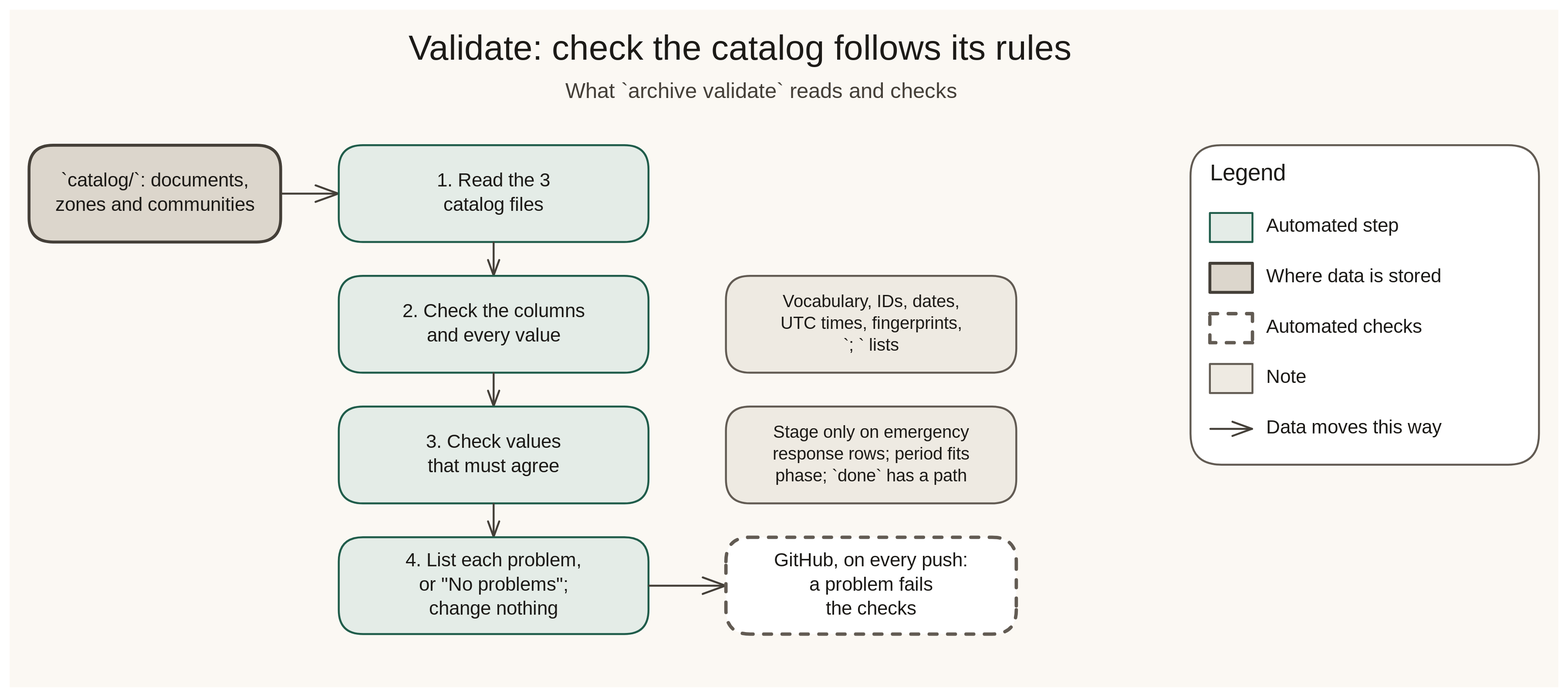
Earlier version of the Excalidraw export docs/diagrams/svgs/archive-validate.excalidraw.svg (alemarieceria/jbphh-dw-archive-pipeline). Source tidied: one line per element, renumbered; positions are measured from the earlier drawing's top-left corner, leaving out a move shared by most shapes.
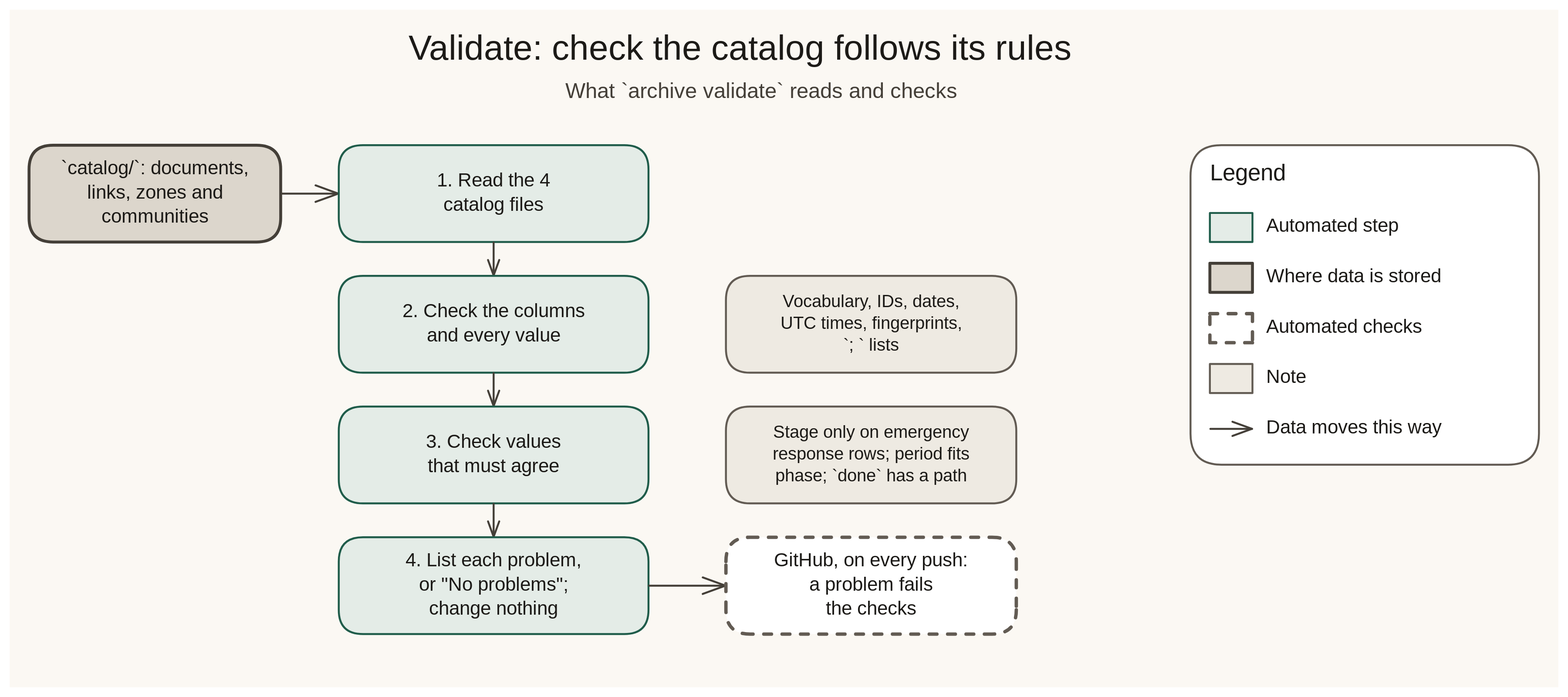
After the commit.

Commit message:
feat(catalog): add document_links.csv and its validate rules

The edit, as a diff of the source:
```diff
@@ -26,8 +26,8 @@
 {"id": 25, "type": "rectangle", "strokeColor": "#1f5c4a", "backgroundColor": "#e4ece7", "fillStyle": "solid", "strokeWidth": 2, "roughness": 0, "round": true, "x": 340, "y": 545, "width": 320, "height": 100}
 {"id": 26, "type": "arrow", "strokeColor": "#443f38", "strokeWidth": 2, "roughness": 0, "endArrowhead": "arrow", "x": 660, "y": 595, "width": 79, "height": 0, "points": [[0, 0], [79, 0]]}
 {"id": 27, "type": "rectangle", "strokeColor": "#625b53", "backgroundColor": "#ffffff", "fillStyle": "solid", "strokeWidth": 3, "strokeStyle": "dashed", "roughness": 0, "round": true, "x": 740, "y": 545, "width": 300, "height": 100}
-{"id": 28, "type": "text", "text": "`catalog/`: documents,\nzones and communities", "strokeColor": "#1c1a17", "strokeWidth": 2, "roughness": 1, "fontSize": 20, "fontFamily": 5, "textAlign": "center", "verticalAlign": "middle", "inside": 15, "x": 46, "y": 165, "width": 209, "height": 50}
-{"id": 29, "type": "text", "text": "1. Read the 3\ncatalog files", "strokeColor": "#1c1a17", "strokeWidth": 2, "roughness": 1, "fontSize": 20, "fontFamily": 5, "textAlign": "center", "verticalAlign": "middle", "inside": 17, "x": 443, "y": 165, "width": 115, "height": 50}
+{"id": 36, "type": "text", "text": "`catalog/`: documents,\nlinks, zones and\ncommunities", "strokeColor": "#1c1a17", "strokeWidth": 2, "roughness": 1, "fontSize": 20, "fontFamily": 5, "textAlign": "center", "verticalAlign": "middle", "inside": 15, "x": 52, "y": 152, "width": 196, "height": 75}
+{"id": 37, "type": "text", "text": "1. Read the 4\ncatalog files", "strokeColor": "#1c1a17", "strokeWidth": 2, "roughness": 1, "fontSize": 20, "fontFamily": 5, "textAlign": "center", "verticalAlign": "middle", "inside": 17, "x": 443, "y": 165, "width": 115, "height": 50}
 {"id": 30, "type": "text", "text": "2. Check the columns\nand every value", "strokeColor": "#1c1a17", "strokeWidth": 2, "roughness": 1, "fontSize": 20, "fontFamily": 5, "textAlign": "center", "verticalAlign": "middle", "inside": 19, "x": 406, "y": 300, "width": 188, "height": 50}
 {"id": 31, "type": "text", "text": "Vocabulary, IDs, dates,\nUTC times, fingerprints,\n`; ` lists", "strokeColor": "#1c1a17", "strokeWidth": 2, "roughness": 1, "fontSize": 18, "fontFamily": 5, "textAlign": "center", "verticalAlign": "middle", "inside": 20, "x": 798, "y": 291, "width": 184, "height": 68}
 {"id": 32, "type": "text", "text": "3. Check values\nthat must agree", "strokeColor": "#1c1a17", "strokeWidth": 2, "roughness": 1, "fontSize": 20, "fontFamily": 5, "textAlign": "center", "verticalAlign": "middle", "inside": 22, "x": 430, "y": 435, "width": 139, "height": 50}
```
